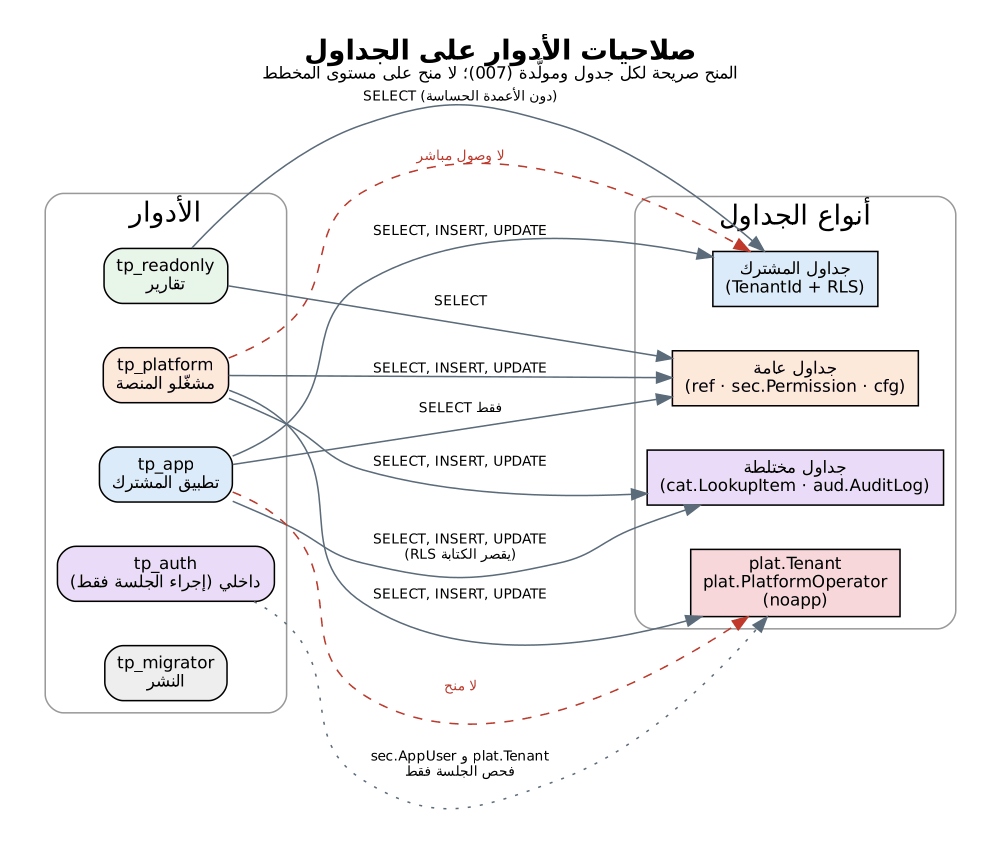
Before: treasury-platform/docs/diagrams/erd_02_access_roles.png, a diagram exported from Graphviz (thawrasy/smartlines). Its source is kept beside it as treasury-platform/docs/diagrams/src/erd_02_access_roles.dot.
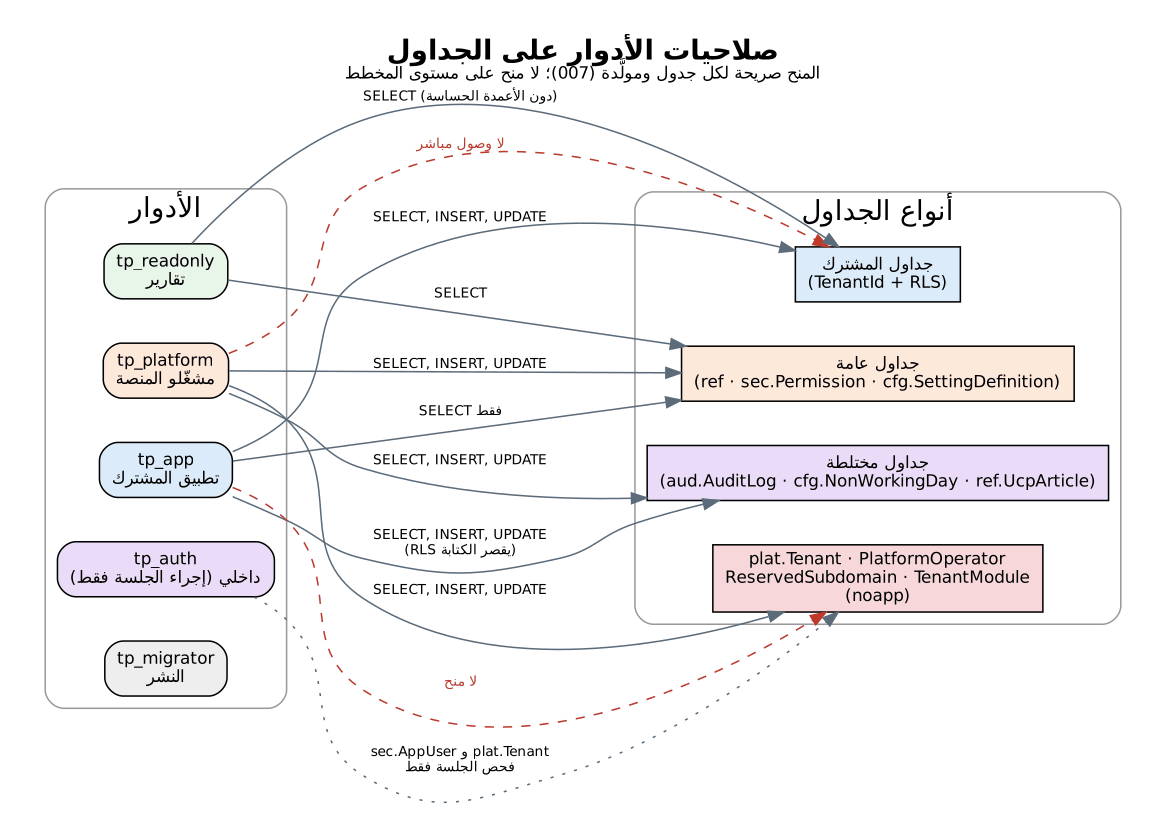
After the change.

Change to the diagram source:
```diff
@@ -10,9 +10,9 @@
     mig [shape=box, style="rounded,filled", fillcolor="#EEEEEE", label="tp_migrator\nالنشر"]; }
   subgraph cluster_res { label="أنواع الجداول"; style=rounded; color="#999999"; fontname="DejaVu Sans";
     tenant [shape=box, style=filled, fillcolor="#DCEBFA", label="جداول المشترك\n(TenantId + RLS)"];
-    glob [shape=box, style=filled, fillcolor="#FDE9D9", label="جداول عامة\n(ref · sec.Permission · cfg)"];
-    mixed [shape=box, style=filled, fillcolor="#EADCF8", label="جداول مختلطة\n(cat.LookupItem · aud.AuditLog)"];
-    noapp [shape=box, style=filled, fillcolor="#F8D7DA", label="plat.Tenant\nplat.PlatformOperator\n(noapp)"]; }
+    glob [shape=box, style=filled, fillcolor="#FDE9D9", label="جداول عامة\n(ref · sec.Permission · cfg.SettingDefinition)"];
+    mixed [shape=box, style=filled, fillcolor="#EADCF8", label="جداول مختلطة\n(aud.AuditLog · cfg.NonWorkingDay · ref.UcpArticle)"];
+    noapp [shape=box, style=filled, fillcolor="#F8D7DA", label="plat.Tenant · PlatformOperator\nReservedSubdomain · TenantModule\n(noapp)"]; }
   app -> tenant [label="SELECT, INSERT, UPDATE"];
   app -> glob [label="SELECT فقط"];
   app -> mixed [label="SELECT, INSERT, UPDATE\n(RLS يقصر الكتابة)"];
```
